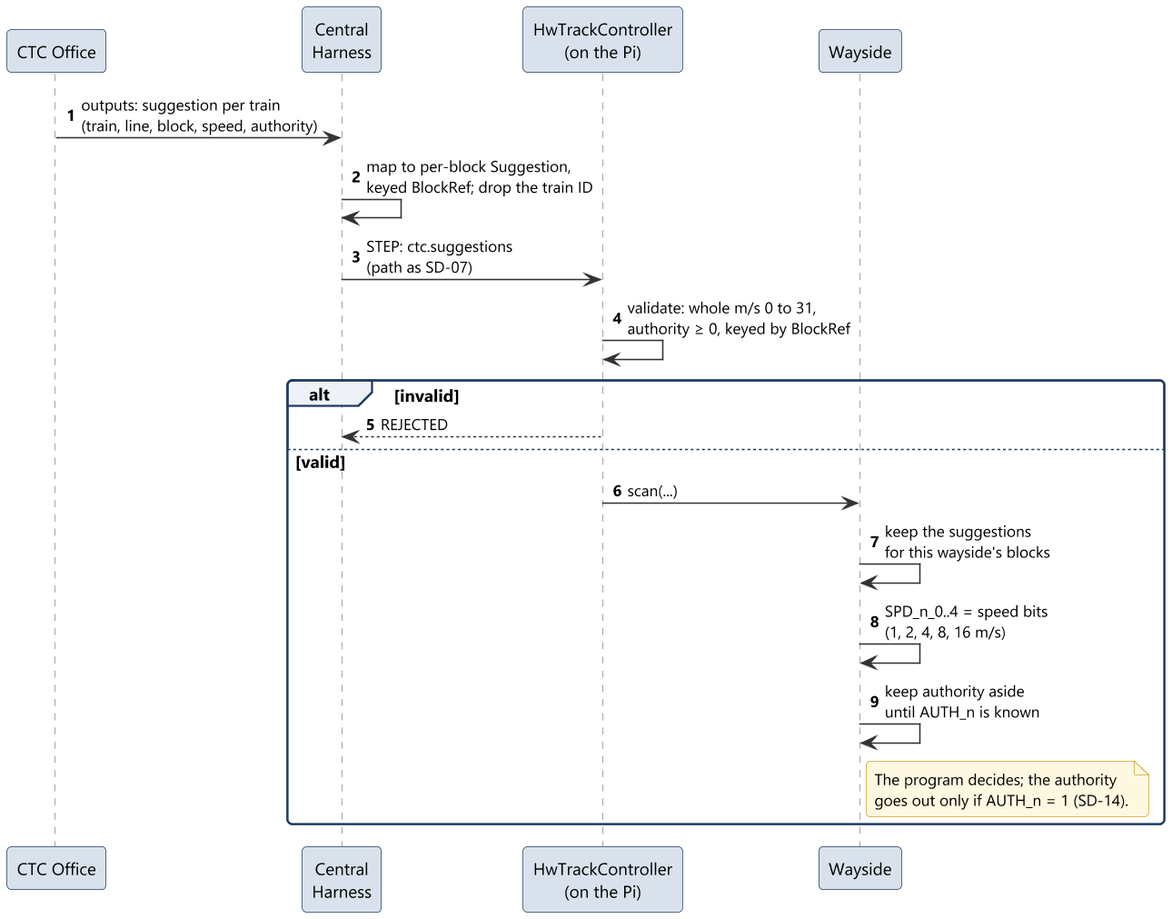
Earlier version of the PlantUML export documents/uml/track_ctrl_hw/sd08_suggestions.png (Landiss04/Track-Overflow). The source it was exported from:
```plantuml
@startuml sd08_suggestions
!include ../style.iuml
autonumber

participant "CTC Office" as CTC
participant "Central\nHarness" as H
participant "HwTrackController\n(on the Pi)" as Ctrl
participant "Wayside" as W

CTC -> H : outputs: suggestion per train\n(train, line, block, speed, authority)
H -> H : map to per-block Suggestion,\nkeyed BlockRef; drop the train ID
H -> Ctrl : STEP: ctc.suggestions\n(path as SD-07)
Ctrl -> Ctrl : validate: whole m/s 0 to 31,\nauthority ≥ 0, keyed by BlockRef
alt invalid
  Ctrl --> H : REJECTED
else valid
  Ctrl -> W : scan(...)
  W -> W : keep the suggestions\nfor this wayside's blocks
  W -> W : SPD_n_0..4 = speed bits\n(1, 2, 4, 8, 16 m/s)
  W -> W : keep authority aside\nuntil AUTH_n is known
  note right of W
    The program decides; the authority
    goes out only if AUTH_n = 1 (SD-14).
  end note
end
@enduml
```
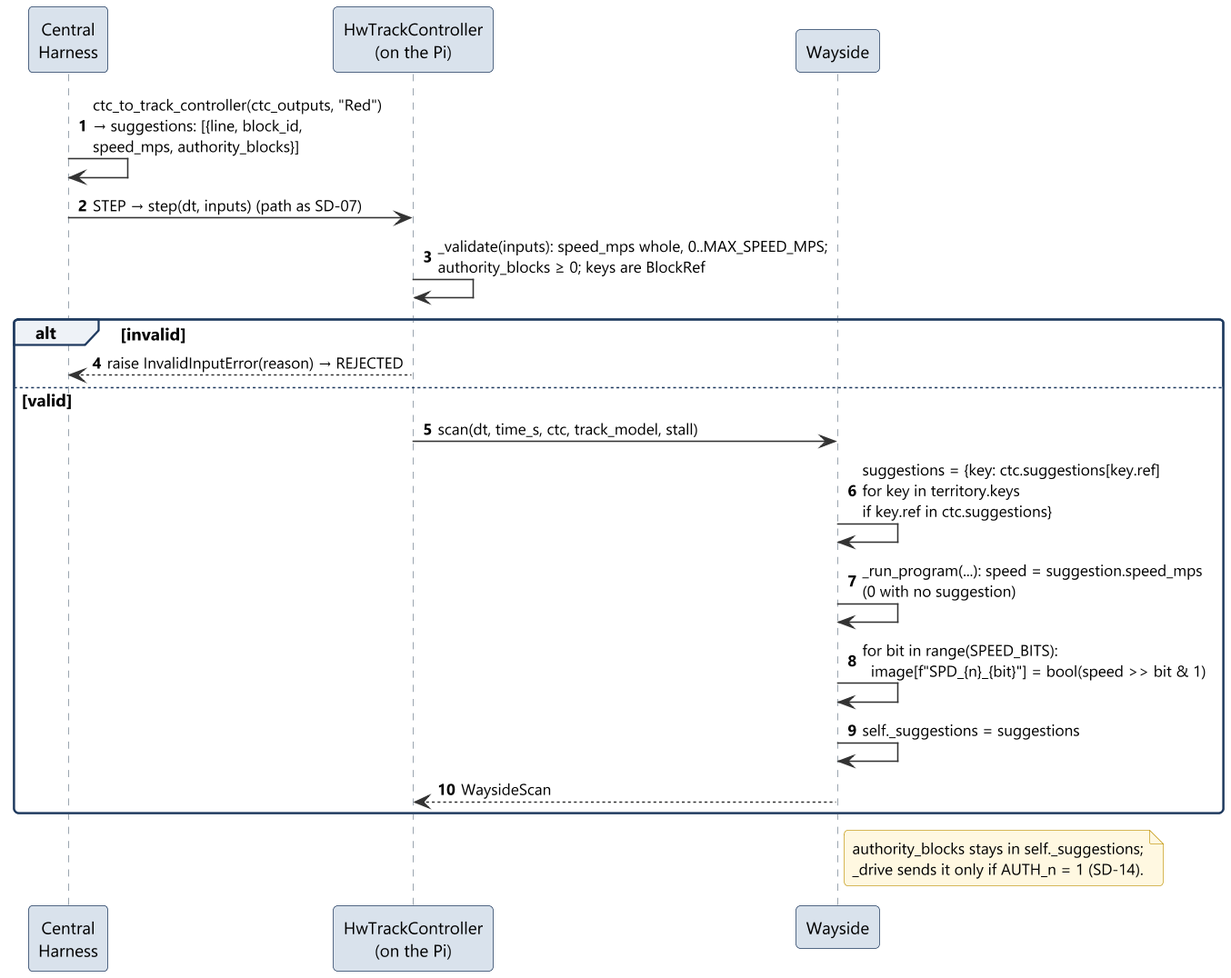
The same file after the commit.

The edit, as a diff of the source:
```diff
@@ -2,25 +2,25 @@
 !include ../style.iuml
 autonumber
 
-participant "CTC Office" as CTC
 participant "Central\nHarness" as H
 participant "HwTrackController\n(on the Pi)" as Ctrl
 participant "Wayside" as W
 
-CTC -> H : outputs: suggestion per train\n(train, line, block, speed, authority)
-H -> H : map to per-block Suggestion,\nkeyed BlockRef; drop the train ID
-H -> Ctrl : STEP: ctc.suggestions\n(path as SD-07)
-Ctrl -> Ctrl : validate: whole m/s 0 to 31,\nauthority ≥ 0, keyed by BlockRef
+H -> H : ctc_to_track_controller(ctc_outputs, "Red")\n→ suggestions: [{line, block_id,\nspeed_mps, authority_blocks}]
+H -> Ctrl : STEP → step(dt, inputs) (path as SD-07)
+Ctrl -> Ctrl : _validate(inputs): speed_mps whole, 0..MAX_SPEED_MPS;\nauthority_blocks ≥ 0; keys are BlockRef
 alt invalid
-  Ctrl --> H : REJECTED
+  Ctrl --> H : raise InvalidInputError(reason) → REJECTED
 else valid
-  Ctrl -> W : scan(...)
-  W -> W : keep the suggestions\nfor this wayside's blocks
-  W -> W : SPD_n_0..4 = speed bits\n(1, 2, 4, 8, 16 m/s)
-  W -> W : keep authority aside\nuntil AUTH_n is known
-  note right of W
-    The program decides; the authority
-    goes out only if AUTH_n = 1 (SD-14).
-  end note
+  Ctrl -> W : scan(dt, time_s, ctc, track_model, stall)
+  W -> W : suggestions = {key: ctc.suggestions[key.ref]\nfor key in territory.keys\nif key.ref in ctc.suggestions}
+  W -> W : _run_program(...): speed = suggestion.speed_mps\n(0 with no suggestion)
+  W -> W : for bit in range(SPEED_BITS):\n  image[f"SPD_{n}_{bit}"] = bool(speed >> bit & 1)
+  W -> W : self._suggestions = suggestions
+  W --> Ctrl : WaysideScan
 end
+note right of W
+  authority_blocks stays in self._suggestions;
+  _drive sends it only if AUTH_n = 1 (SD-14).
+end note
 @enduml
```
